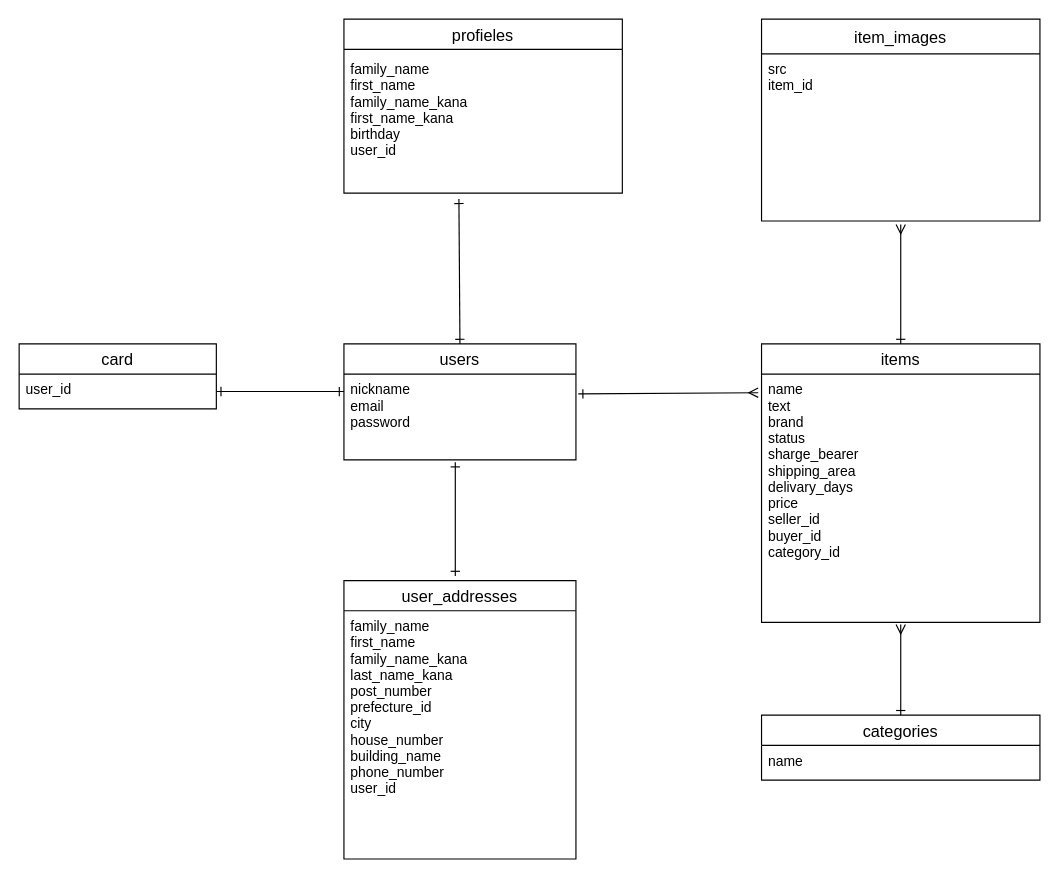
The draw.io diagram furima.dio in wss4616/furima-37914, before the edit. Source tidied: cells renumbered, new cells numbered last; positions are measured from the earlier drawing's top-left corner, leaving out a move shared by most shapes. Both pictures are drawn from the tidied source at 116%, with x=0, y=0 at pixel (19, 19).
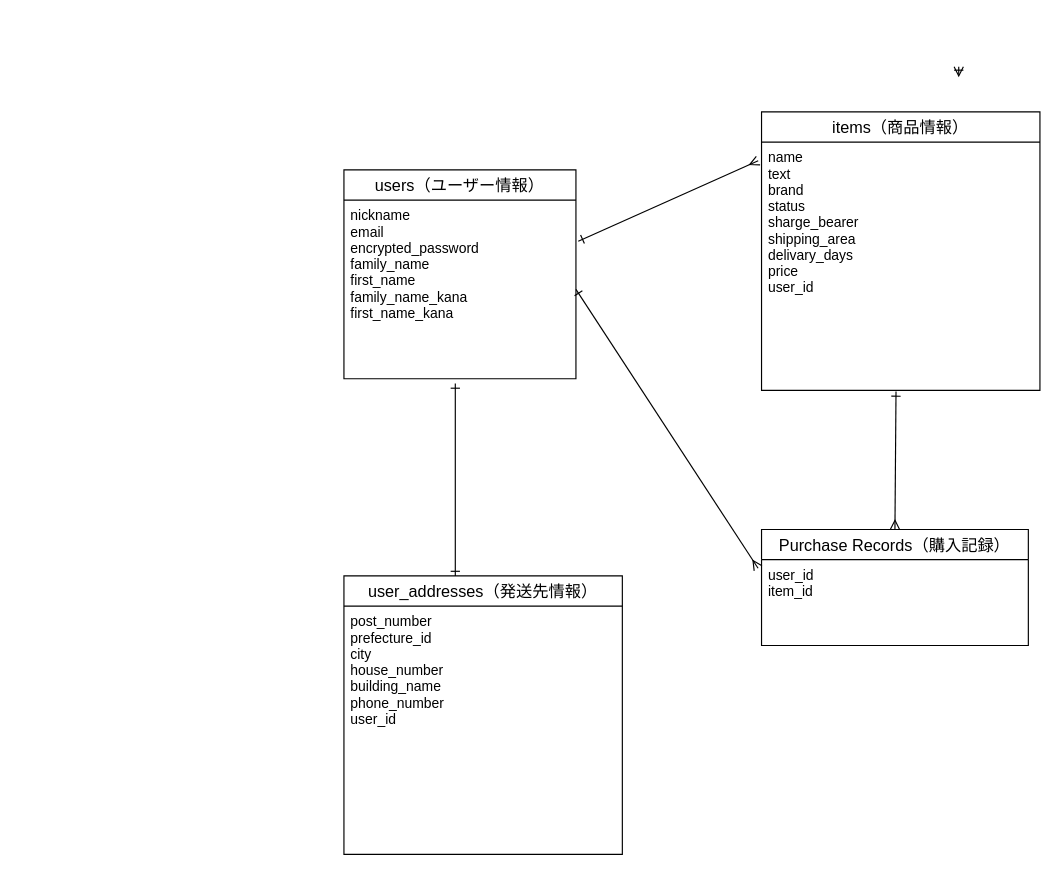
After the change.

Diff of the diagram source:
```diff
@@
-    <mxCell id="2" value="item_images" style="swimlane;fontStyle=0;horizontal=1;startSize=30;align=center;fontSize=14;" parent="1" vertex="1">
-      <mxGeometry x="640" width="240" height="174" as="geometry" />
-    </mxCell>
-    <mxCell id="3" value="src&#10;item_id" style="text;strokeColor=none;fillColor=none;spacingLeft=4;spacingRight=4;overflow=hidden;points=[[0,0.5],[1,0.5]];portConstraint=eastwest;fontSize=12;" parent="2" vertex="1">
-      <mxGeometry y="30" width="240" height="144" as="geometry" />
-    </mxCell>
-    <mxCell id="4" value="items" style="swimlane;fontStyle=0;horizontal=1;startSize=26;align=center;fontSize=14;" parent="1" vertex="1">
-      <mxGeometry x="640" y="280" width="240" height="240" as="geometry" />
+    <mxCell id="4" value="items（商品情報）" style="swimlane;fontStyle=0;horizontal=1;startSize=26;align=center;fontSize=14;" parent="1" vertex="1">
+      <mxGeometry x="640" y="80" width="240" height="240" as="geometry" />
     </mxCell>
-    <mxCell id="5" value="name&#10;text&#10;brand&#10;status&#10;sharge_bearer&#10;shipping_area&#10;delivary_days&#10;price&#10;seller_id&#10;buyer_id&#10;category_id" style="text;strokeColor=none;fillColor=none;spacingLeft=4;spacingRight=4;overflow=hidden;points=[[0,0.5],[1,0.5]];portConstraint=eastwest;fontSize=12;" parent="4" vertex="1">
+    <mxCell id="5" value="name&#10;text&#10;brand&#10;status&#10;sharge_bearer&#10;shipping_area&#10;delivary_days&#10;price&#10;user_id" style="text;strokeColor=none;fillColor=none;spacingLeft=4;spacingRight=4;overflow=hidden;points=[[0,0.5],[1,0.5]];portConstraint=eastwest;fontSize=12;" parent="4" vertex="1">
       <mxGeometry y="26" width="240" height="214" as="geometry" />
     </mxCell>
-    <mxCell id="6" value="categories" style="swimlane;fontStyle=0;horizontal=1;startSize=26;align=center;fontSize=14;" parent="1" vertex="1">
-      <mxGeometry x="640" y="600" width="240" height="56" as="geometry" />
-    </mxCell>
-    <mxCell id="7" value="name" style="text;strokeColor=none;fillColor=none;spacingLeft=4;spacingRight=4;overflow=hidden;fontSize=12;" parent="6" vertex="1">
-      <mxGeometry y="26" width="240" height="30" as="geometry" />
-    </mxCell>
-    <mxCell id="8" value="users" style="swimlane;fontStyle=0;horizontal=1;startSize=26;align=center;fontSize=14;" parent="1" vertex="1">
-      <mxGeometry x="280" y="280" width="200" height="100" as="geometry" />
+    <mxCell id="8" value="users（ユーザー情報）" style="swimlane;fontStyle=0;horizontal=1;startSize=26;align=center;fontSize=14;" parent="1" vertex="1">
+      <mxGeometry x="280" y="130" width="200" height="180" as="geometry" />
     </mxCell>
-    <mxCell id="9" value="nickname&#10;email&#10;password" style="text;strokeColor=none;fillColor=none;spacingLeft=4;spacingRight=4;overflow=hidden;points=[[0,0.5],[1,0.5]];portConstraint=eastwest;fontSize=12;" parent="8" vertex="1">
-      <mxGeometry y="26" width="200" height="74" as="geometry" />
+    <mxCell id="9" value="nickname&#10;email&#10;encrypted_password&#10;family_name&#10;first_name&#10;family_name_kana&#10;first_name_kana&#10;" style="text;strokeColor=none;fillColor=none;spacingLeft=4;spacingRight=4;overflow=hidden;points=[[0,0.5],[1,0.5]];portConstraint=eastwest;fontSize=12;" parent="8" vertex="1">
+      <mxGeometry y="26" width="200" height="154" as="geometry" />
     </mxCell>
-    <mxCell id="10" value="profieles" style="swimlane;fontStyle=0;horizontal=1;startSize=26;align=center;fontSize=14;" parent="1" vertex="1">
-      <mxGeometry x="280" width="240" height="150" as="geometry" />
-    </mxCell>
-    <mxCell id="11" value="user_addresses" style="swimlane;fontStyle=0;horizontal=1;startSize=26;align=center;fontSize=14;" parent="1" vertex="1">
-      <mxGeometry x="280" y="484" width="200" height="240" as="geometry" />
+    <mxCell id="11" value="user_addresses（発送先情報）" style="swimlane;fontStyle=0;horizontal=1;startSize=26;align=center;fontSize=14;" parent="1" vertex="1">
+      <mxGeometry x="280" y="480" width="240" height="240" as="geometry" />
     </mxCell>
-    <mxCell id="12" value="family_name&#10;first_name&#10;family_name_kana&#10;last_name_kana&#10;post_number&#10;prefecture_id&#10;city&#10;house_number&#10;building_name&#10;phone_number&#10;user_id" style="text;strokeColor=none;fillColor=none;spacingLeft=4;spacingRight=4;overflow=hidden;fontSize=12;" parent="11" vertex="1">
-      <mxGeometry y="26" width="200" height="214" as="geometry" />
+    <mxCell id="12" value="post_number&#10;prefecture_id&#10;city&#10;house_number&#10;building_name&#10;phone_number&#10;user_id" style="text;strokeColor=none;fillColor=none;spacingLeft=4;spacingRight=4;overflow=hidden;fontSize=12;" parent="11" vertex="1">
+      <mxGeometry y="26" width="240" height="214" as="geometry" />
     </mxCell>
-    <mxCell id="13" value="card" style="swimlane;fontStyle=0;horizontal=1;startSize=26;align=center;fontSize=14;" parent="1" vertex="1">
-      <mxGeometry y="280" width="170" height="56" as="geometry" />
-    </mxCell>
-    <mxCell id="14" value="user_id" style="text;strokeColor=none;fillColor=none;spacingLeft=4;spacingRight=4;overflow=hidden;points=[[0,0.5],[1,0.5]];portConstraint=eastwest;fontSize=12;" parent="13" vertex="1">
-      <mxGeometry y="26" width="170" height="30" as="geometry" />
-    </mxCell>
-    <mxCell id="15" style="html=1;exitX=1;exitY=0.5;exitDx=0;exitDy=0;entryX=0;entryY=0.203;entryDx=0;entryDy=0;entryPerimeter=0;elbow=vertical;startArrow=ERone;startFill=0;strokeColor=default;endArrow=ERone;endFill=0;" parent="1" edge="1" source="14" target="9">
-      <mxGeometry relative="1" as="geometry" />
-    </mxCell>
@@
-    <mxCell id="17" style="edgeStyle=none;html=1;exitX=0.413;exitY=1.008;exitDx=0;exitDy=0;entryX=0.5;entryY=0;entryDx=0;entryDy=0;startArrow=ERone;startFill=0;endArrow=ERone;endFill=0;strokeColor=default;elbow=vertical;exitPerimeter=0;" parent="1" edge="1" source="18" target="8">
-      <mxGeometry relative="1" as="geometry" />
-    </mxCell>
-    <mxCell id="18" value="family_name&#10;first_name&#10;family_name_kana&#10;first_name_kana&#10;birthday&#10;user_id" style="text;strokeColor=none;fillColor=none;spacingLeft=4;spacingRight=4;overflow=hidden;points=[[0,0.5],[1,0.5]];portConstraint=eastwest;fontSize=12;" parent="1" vertex="1">
-      <mxGeometry x="280" y="30" width="240" height="124" as="geometry" />
-    </mxCell>
@@
-    <mxCell id="20" style="edgeStyle=none;html=1;exitX=0.5;exitY=0;exitDx=0;exitDy=0;entryX=0.5;entryY=1.009;entryDx=0;entryDy=0;entryPerimeter=0;startArrow=ERone;startFill=0;endArrow=ERmany;endFill=0;strokeColor=default;elbow=vertical;" parent="1" edge="1" source="6" target="5">
-      <mxGeometry relative="1" as="geometry" />
-    </mxCell>
-    <mxCell id="21" style="edgeStyle=none;html=1;exitX=0.5;exitY=0;exitDx=0;exitDy=0;entryX=0.5;entryY=1.021;entryDx=0;entryDy=0;startArrow=ERone;startFill=0;endArrow=ERmany;endFill=0;strokeColor=default;elbow=vertical;entryPerimeter=0;" parent="1" edge="1" source="4" target="3">
-      <mxGeometry relative="1" as="geometry" />
-    </mxCell>
+    <mxCell id="22" style="edgeStyle=none;html=1;exitX=1;exitY=0.5;exitDx=0;exitDy=0;startArrow=ERone;startFill=0;endArrow=ERmany;endFill=0;strokeColor=default;elbow=vertical;" parent="1" edge="1">
+      <mxGeometry relative="1" as="geometry">
+        <mxPoint x="810" y="48" as="sourcePoint" />
+        <mxPoint x="810" y="41" as="targetPoint" />
+      </mxGeometry>
+    </mxCell>
+    <mxCell id="23" value="Purchase Records（購入記録）" style="swimlane;fontStyle=0;horizontal=1;startSize=26;align=center;fontSize=14;" parent="1" vertex="1">
+      <mxGeometry x="640" y="440" width="230" height="100" as="geometry" />
+    </mxCell>
+    <mxCell id="24" value="user_id&#10;item_id" style="text;strokeColor=none;fillColor=none;spacingLeft=4;spacingRight=4;overflow=hidden;points=[[0,0.5],[1,0.5]];portConstraint=eastwest;fontSize=12;" parent="23" vertex="1">
+      <mxGeometry y="26" width="230" height="74" as="geometry" />
+    </mxCell>
+    <mxCell id="25" style="edgeStyle=none;html=1;exitX=1;exitY=0.5;exitDx=0;exitDy=0;entryX=-0.013;entryY=0.1;entryDx=0;entryDy=0;entryPerimeter=0;startArrow=ERone;startFill=0;endArrow=ERmany;endFill=0;strokeColor=default;elbow=vertical;" parent="1" edge="1" source="9" target="24">
+      <mxGeometry relative="1" as="geometry" />
+    </mxCell>
+    <mxCell id="26" style="edgeStyle=none;html=1;exitX=0.483;exitY=1.005;exitDx=0;exitDy=0;entryX=0.5;entryY=0;entryDx=0;entryDy=0;startArrow=ERone;startFill=0;endArrow=ERmany;endFill=0;strokeColor=default;elbow=vertical;exitPerimeter=0;" parent="1" edge="1" source="5" target="23">
+      <mxGeometry relative="1" as="geometry" />
+    </mxCell>
```
